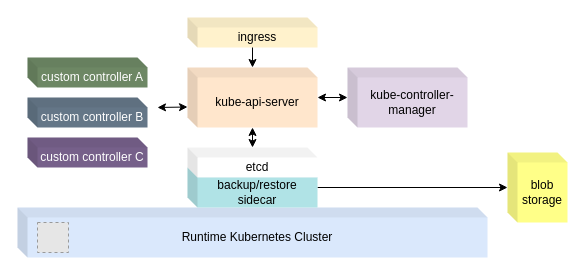
The draw.io diagram page "vc controller" (2 of 3) of docs/assets/diagrams/vc.drawio in ironcore-scrapyard/virtual-controlplane, before the edit. Source tidied: cells renumbered, new cells numbered last; positions are measured from the earlier drawing's top-left corner, leaving out a move shared by most shapes. Both pictures are drawn from the tidied source at 100%, with x=0, y=0 at pixel (17, 17). Pictures stored in the file or linked from it are replaced by grey dashed boxes.
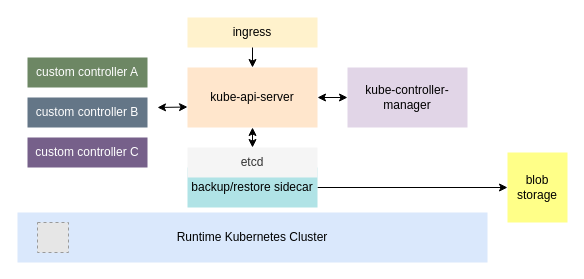
After the change.

Diff of the diagram source:
```diff
@@
 <mxGraphModel>
   <root>
     <mxCell id="0" />
     <mxCell id="1" parent="0" />
-    <mxCell id="2" value="kube-api-server" style="shape=cube;whiteSpace=wrap;html=1;boundedLbl=1;backgroundOutline=1;darkOpacity=0.05;darkOpacity2=0.1;size=10;fillColor=#ffe6cc;strokeColor=none;" parent="1" vertex="1">
+    <mxCell id="2" value="kube-api-server" style="whiteSpace=wrap;html=1;boundedLbl=1;backgroundOutline=1;darkOpacity=0.05;darkOpacity2=0.1;size=10;fillColor=#ffe6cc;strokeColor=none;" parent="1" vertex="1">
       <mxGeometry x="170" y="50" width="130" height="60" as="geometry" />
     </mxCell>
-    <mxCell id="3" value="kube-controller-manager" style="shape=cube;whiteSpace=wrap;html=1;boundedLbl=1;backgroundOutline=1;darkOpacity=0.05;darkOpacity2=0.1;size=10;fillColor=#e1d5e7;strokeColor=none;" parent="1" vertex="1">
+    <mxCell id="3" value="kube-controller-manager" style="whiteSpace=wrap;html=1;boundedLbl=1;backgroundOutline=1;darkOpacity=0.05;darkOpacity2=0.1;size=10;fillColor=#e1d5e7;strokeColor=none;" parent="1" vertex="1">
       <mxGeometry x="330" y="50" width="120" height="60" as="geometry" />
     </mxCell>
     <mxCell id="4" style="endArrow=classic;startArrow=classic;html=1;exitX=1;exitY=0.5;exitDx=0;exitDy=0;" parent="1" edge="1" source="2">
       <mxGeometry relative="1" as="geometry">
         <mxPoint x="330" y="80" as="targetPoint" />
       </mxGeometry>
     </mxCell>
-    <mxCell id="5" value="Runtime Kubernetes Cluster" style="shape=cube;whiteSpace=wrap;html=1;boundedLbl=1;backgroundOutline=1;darkOpacity=0.05;darkOpacity2=0.1;size=10;fillColor=#dae8fc;strokeColor=none;" parent="1" vertex="1">
-      <mxGeometry y="190" width="470" height="50" as="geometry" />
+    <mxCell id="5" value="Runtime Kubernetes Cluster" style="whiteSpace=wrap;html=1;boundedLbl=1;backgroundOutline=1;darkOpacity=0.05;darkOpacity2=0.1;size=10;fillColor=#dae8fc;strokeColor=none;" parent="1" vertex="1">
+      <mxGeometry y="195" width="470" height="50" as="geometry" />
     </mxCell>
     <mxCell id="6" style="endArrow=classic;startArrow=classic;html=1;exitX=0.5;exitY=1;exitDx=0;exitDy=0;" parent="1" edge="1" source="2" target="17">
       <mxGeometry relative="1" as="geometry" />
     </mxCell>
     <mxCell id="7" style="fillColor=#E6E6E6;strokeColor=#999999;dashed=1;verticalLabelPosition=bottom;labelBackgroundColor=#ffffff;verticalAlign=top;" parent="1" vertex="1">
       <mxGeometry x="20" y="205" width="31" height="30" as="geometry" />
     </mxCell>
-    <mxCell id="8" value="ingress" style="shape=cube;whiteSpace=wrap;html=1;boundedLbl=1;backgroundOutline=1;darkOpacity=0.05;darkOpacity2=0.1;size=10;fillColor=#fff2cc;strokeColor=none;" parent="1" vertex="1">
+    <mxCell id="8" value="ingress" style="whiteSpace=wrap;html=1;boundedLbl=1;backgroundOutline=1;darkOpacity=0.05;darkOpacity2=0.1;size=10;fillColor=#fff2cc;strokeColor=none;" parent="1" vertex="1">
       <mxGeometry x="170" width="130" height="30" as="geometry" />
     </mxCell>
     <mxCell id="9" style="endArrow=classic;html=1;exitX=0.5;exitY=1;exitDx=0;exitDy=0;entryX=0.5;entryY=0;entryDx=0;entryDy=0;" parent="1" edge="1" source="8" target="2">
       <mxGeometry relative="1" as="geometry" />
     </mxCell>
-    <mxCell id="10" value="blob&lt;br&gt;storage" style="shape=cube;whiteSpace=wrap;html=1;boundedLbl=1;backgroundOutline=1;darkOpacity=0.05;darkOpacity2=0.1;size=10;fillColor=#ffff88;strokeColor=none;" parent="1" vertex="1">
+    <mxCell id="10" value="blob&lt;br&gt;storage" style="whiteSpace=wrap;html=1;boundedLbl=1;backgroundOutline=1;darkOpacity=0.05;darkOpacity2=0.1;size=10;fillColor=#ffff88;strokeColor=none;" parent="1" vertex="1">
       <mxGeometry x="490" y="135" width="60" height="70" as="geometry" />
     </mxCell>
     <mxCell id="11" style="endArrow=classic;html=1;exitX=1;exitY=0.5;exitDx=0;exitDy=0;" parent="1" edge="1" source="12" target="10">
       <mxGeometry relative="1" as="geometry" />
     </mxCell>
-    <mxCell id="12" value="backup/restore sidecar" style="shape=cube;whiteSpace=wrap;html=1;boundedLbl=1;backgroundOutline=1;darkOpacity=0.05;darkOpacity2=0.1;size=10;fillColor=#b0e3e6;strokeColor=none;" parent="1" vertex="1">
+    <mxCell id="12" value="backup/restore sidecar" style="whiteSpace=wrap;html=1;boundedLbl=1;backgroundOutline=1;darkOpacity=0.05;darkOpacity2=0.1;size=10;fillColor=#b0e3e6;strokeColor=none;" parent="1" vertex="1">
       <mxGeometry x="170" y="150" width="130" height="40" as="geometry" />
     </mxCell>
-    <mxCell id="13" value="custom controller A" style="shape=cube;whiteSpace=wrap;html=1;boundedLbl=1;backgroundOutline=1;darkOpacity=0.05;darkOpacity2=0.1;size=10;fillColor=#6d8764;fontColor=#ffffff;strokeColor=none;" parent="1" vertex="1">
+    <mxCell id="13" value="custom controller A" style="whiteSpace=wrap;html=1;boundedLbl=1;backgroundOutline=1;darkOpacity=0.05;darkOpacity2=0.1;size=10;fillColor=#6d8764;fontColor=#ffffff;strokeColor=none;" parent="1" vertex="1">
       <mxGeometry x="10" y="40" width="120" height="30" as="geometry" />
     </mxCell>
-    <mxCell id="14" value="custom controller B" style="shape=cube;whiteSpace=wrap;html=1;boundedLbl=1;backgroundOutline=1;darkOpacity=0.05;darkOpacity2=0.1;size=10;fillColor=#647687;fontColor=#ffffff;strokeColor=none;" parent="1" vertex="1">
+    <mxCell id="14" value="custom controller B" style="whiteSpace=wrap;html=1;boundedLbl=1;backgroundOutline=1;darkOpacity=0.05;darkOpacity2=0.1;size=10;fillColor=#647687;fontColor=#ffffff;strokeColor=none;" parent="1" vertex="1">
       <mxGeometry x="10" y="80" width="120" height="30" as="geometry" />
     </mxCell>
-    <mxCell id="15" value="custom controller C" style="shape=cube;whiteSpace=wrap;html=1;boundedLbl=1;backgroundOutline=1;darkOpacity=0.05;darkOpacity2=0.1;size=10;fillColor=#76608a;fontColor=#ffffff;strokeColor=none;" parent="1" vertex="1">
+    <mxCell id="15" value="custom controller C" style="whiteSpace=wrap;html=1;boundedLbl=1;backgroundOutline=1;darkOpacity=0.05;darkOpacity2=0.1;size=10;fillColor=#76608a;fontColor=#ffffff;strokeColor=none;" parent="1" vertex="1">
       <mxGeometry x="10" y="120" width="120" height="30" as="geometry" />
     </mxCell>
     <mxCell id="16" style="endArrow=classic;startArrow=classic;html=1;" parent="1" edge="1">
       <mxGeometry relative="1" as="geometry">
         <mxPoint x="140" y="90" as="sourcePoint" />
         <mxPoint x="170" y="89.5" as="targetPoint" />
       </mxGeometry>
     </mxCell>
-    <mxCell id="17" value="etcd" style="shape=cube;whiteSpace=wrap;html=1;boundedLbl=1;backgroundOutline=1;darkOpacity=0.05;darkOpacity2=0.1;gradientColor=none;size=10;strokeColor=none;" parent="1" vertex="1">
+    <mxCell id="17" value="etcd" style="whiteSpace=wrap;html=1;boundedLbl=1;backgroundOutline=1;darkOpacity=0.05;darkOpacity2=0.1;size=10;fillColor=#f5f5f5;fontColor=#333333;strokeColor=none;" parent="1" vertex="1">
       <mxGeometry x="170" y="130" width="130" height="30" as="geometry" />
     </mxCell>
   </root>
 </mxGraphModel>
```
